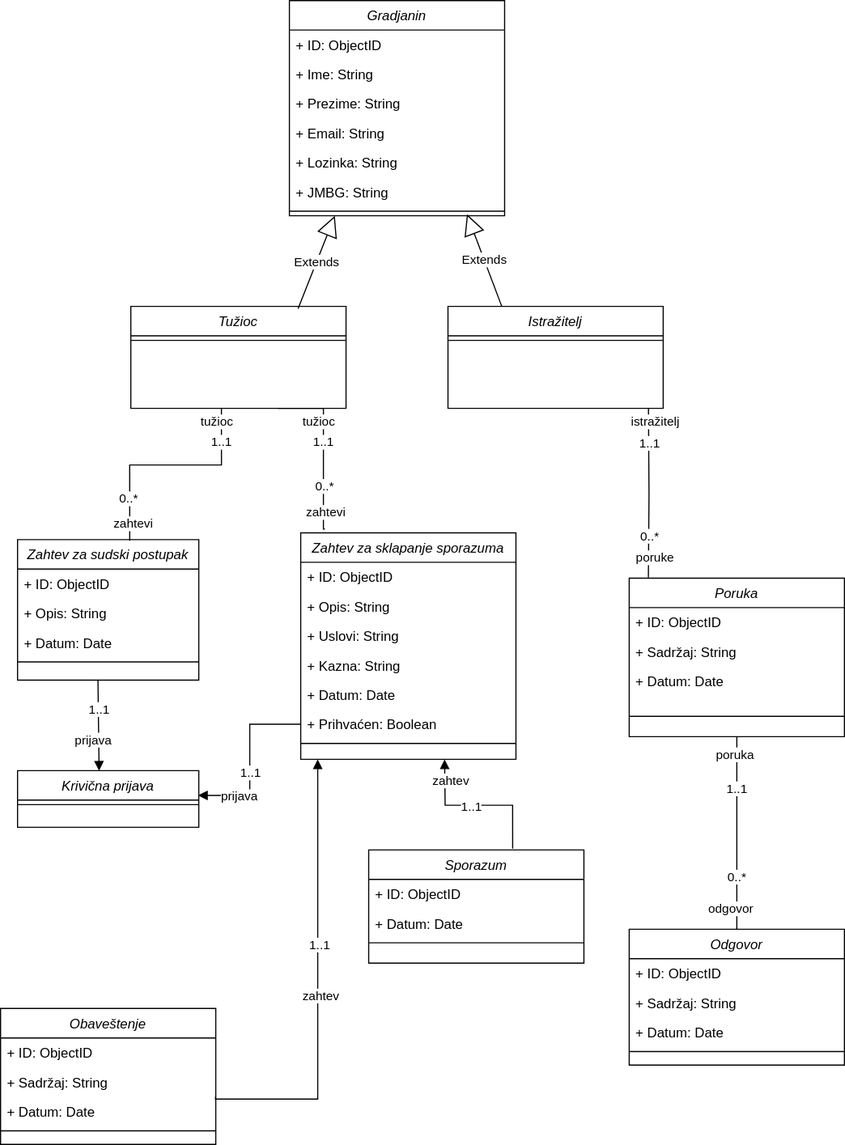
Before: kt1/Tuzilastvo-class.svg, a diagram exported from draw.io (markoceran/eUprava). Source tidied: cells renumbered, new cells last; positions are measured from the earlier drawing's top-left corner, leaving out a move shared by most shapes.
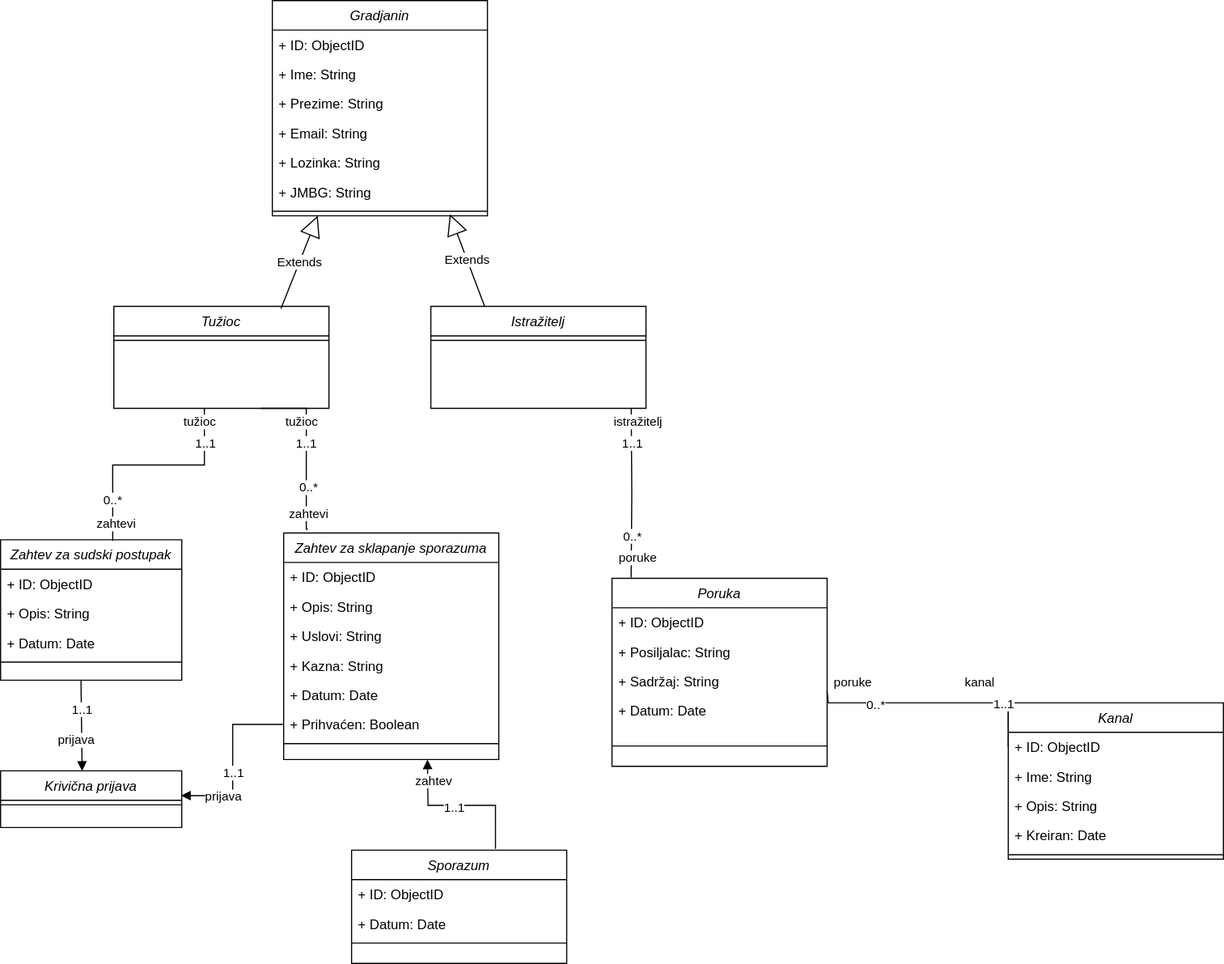
The same file after the commit.

Commit message:
dijagrami tuzilastvo izmena

What changed in the source:
```diff
@@ -54,34 +54,40 @@
       <mxGeometry y="78" width="190" height="8" as="geometry" />
     </mxCell>
     <mxCell id="19" value="Poruka" style="swimlane;fontStyle=2;align=center;verticalAlign=top;horizontal=1;startSize=26;rounded=0;shadow=0;strokeWidth=1;" parent="1" vertex="1">
-      <mxGeometry x="555" y="510" width="190" height="140" as="geometry" />
+      <mxGeometry x="555" y="510" width="190" height="166" as="geometry" />
     </mxCell>
     <mxCell id="20" value="+ ID: ObjectID" style="text;align=left;verticalAlign=top;spacingLeft=4;spacingRight=4;overflow=hidden;" parent="19" vertex="1">
       <mxGeometry y="26" width="190" height="26" as="geometry" />
     </mxCell>
+    <mxCell id="79" value="+ Posiljalac: String" style="text;align=left;verticalAlign=top;spacingLeft=4;spacingRight=4;overflow=hidden;" parent="19" vertex="1">
+      <mxGeometry y="52" width="190" height="26" as="geometry" />
+    </mxCell>
     <mxCell id="21" value="+ Sadržaj: String" style="text;align=left;verticalAlign=top;spacingLeft=4;spacingRight=4;overflow=hidden;" parent="19" vertex="1">
-      <mxGeometry y="52" width="190" height="26" as="geometry" />
+      <mxGeometry y="78" width="190" height="26" as="geometry" />
     </mxCell>
     <mxCell id="22" value="+ Datum: Date" style="text;align=left;verticalAlign=top;spacingLeft=4;spacingRight=4;overflow=hidden;rounded=0;shadow=0;html=0;" parent="19" vertex="1">
-      <mxGeometry y="78" width="190" height="26" as="geometry" />
+      <mxGeometry y="104" width="190" height="26" as="geometry" />
     </mxCell>
     <mxCell id="23" style="line;html=1;strokeWidth=1;align=left;verticalAlign=middle;spacingTop=-1;spacingLeft=3;spacingRight=3;labelPosition=right;" parent="19" vertex="1">
-      <mxGeometry y="104" width="190" height="36" as="geometry" />
+      <mxGeometry y="130" width="190" height="36" as="geometry" />
     </mxCell>
-    <mxCell id="24" value="Obaveštenje" style="swimlane;fontStyle=2;align=center;verticalAlign=top;horizontal=1;startSize=26;rounded=0;shadow=0;strokeWidth=1;" parent="1" vertex="1">
-      <mxGeometry y="890" width="190" height="120" as="geometry" />
+    <mxCell id="24" value="Kanal" style="swimlane;fontStyle=2;align=center;verticalAlign=top;horizontal=1;startSize=26;rounded=0;shadow=0;strokeWidth=1;" parent="1" vertex="1">
+      <mxGeometry x="905" y="620" width="190" height="138" as="geometry" />
     </mxCell>
     <mxCell id="25" value="+ ID: ObjectID" style="text;align=left;verticalAlign=top;spacingLeft=4;spacingRight=4;overflow=hidden;points=[[0,0.5],[1,0.5]];portConstraint=eastwest;" parent="24" vertex="1">
       <mxGeometry y="26" width="190" height="26" as="geometry" />
     </mxCell>
-    <mxCell id="26" value="+ Sadržaj: String" style="text;align=left;verticalAlign=top;spacingLeft=4;spacingRight=4;overflow=hidden;" parent="24" vertex="1">
+    <mxCell id="26" value="+ Ime: String" style="text;align=left;verticalAlign=top;spacingLeft=4;spacingRight=4;overflow=hidden;" parent="24" vertex="1">
       <mxGeometry y="52" width="190" height="26" as="geometry" />
     </mxCell>
+    <mxCell id="80" value="+ Opis: String" style="text;align=left;verticalAlign=top;spacingLeft=4;spacingRight=4;overflow=hidden;" parent="24" vertex="1">
+      <mxGeometry y="78" width="190" height="26" as="geometry" />
+    </mxCell>
-    <mxCell id="27" value="+ Datum: Date" style="text;align=left;verticalAlign=top;spacingLeft=4;spacingRight=4;overflow=hidden;points=[[0,0.5],[1,0.5]];portConstraint=eastwest;rounded=0;shadow=0;html=0;" parent="24" vertex="1">
-      <mxGeometry y="78" width="190" height="26" as="geometry" />
+    <mxCell id="27" value="+ Kreiran: Date" style="text;align=left;verticalAlign=top;spacingLeft=4;spacingRight=4;overflow=hidden;points=[[0,0.5],[1,0.5]];portConstraint=eastwest;rounded=0;shadow=0;html=0;" parent="24" vertex="1">
+      <mxGeometry y="104" width="190" height="26" as="geometry" />
     </mxCell>
     <mxCell id="28" style="line;html=1;strokeWidth=1;align=left;verticalAlign=middle;spacingTop=-1;spacingLeft=3;spacingRight=3;labelPosition=right;" parent="24" vertex="1">
-      <mxGeometry y="104" width="190" height="8" as="geometry" />
+      <mxGeometry y="130" width="190" height="8" as="geometry" />
     </mxCell>
     <mxCell id="29" value="Tužioc" style="swimlane;fontStyle=2;align=center;verticalAlign=top;horizontal=1;startSize=26;rounded=0;shadow=0;strokeWidth=1;" parent="1" vertex="1">
       <mxGeometry x="115" y="270" width="190" height="90" as="geometry" />
@@ -219,44 +225,6 @@
     <mxCell id="60" value="1..1" style="edgeLabel;html=1;align=center;verticalAlign=middle;" parent="56" vertex="1">
       <mxGeometry x="-0.58" relative="1" as="geometry" />
     </mxCell>
-    <mxCell id="61" value="Odgovor" style="swimlane;fontStyle=2;align=center;verticalAlign=top;horizontal=1;startSize=26;rounded=0;shadow=0;strokeWidth=1;" parent="1" vertex="1">
-      <mxGeometry x="555" y="820" width="190" height="120" as="geometry" />
-    </mxCell>
-    <mxCell id="62" value="+ ID: ObjectID" style="text;align=left;verticalAlign=top;spacingLeft=4;spacingRight=4;overflow=hidden;" parent="61" vertex="1">
-      <mxGeometry y="26" width="190" height="26" as="geometry" />
-    </mxCell>
-    <mxCell id="63" value="+ Sadržaj: String" style="text;align=left;verticalAlign=top;spacingLeft=4;spacingRight=4;overflow=hidden;" parent="61" vertex="1">
-      <mxGeometry y="52" width="190" height="26" as="geometry" />
-    </mxCell>
-    <mxCell id="64" value="+ Datum: Date" style="text;align=left;verticalAlign=top;spacingLeft=4;spacingRight=4;overflow=hidden;rounded=0;shadow=0;html=0;" parent="61" vertex="1">
-      <mxGeometry y="78" width="190" height="26" as="geometry" />
-    </mxCell>
-    <mxCell id="65" style="line;html=1;strokeWidth=1;align=left;verticalAlign=middle;spacingTop=-1;spacingLeft=3;spacingRight=3;labelPosition=right;" parent="61" vertex="1">
-      <mxGeometry y="104" width="190" height="8" as="geometry" />
-    </mxCell>
-    <mxCell id="66" style="endArrow=none;html=1;edgeStyle=orthogonalEdgeStyle;rounded=0;exitX=0.5;exitY=1;exitDx=0;exitDy=0;entryX=0.5;entryY=0;entryDx=0;entryDy=0;" parent="1" edge="1" source="19" target="61">
-      <mxGeometry relative="1" as="geometry" />
-    </mxCell>
-    <mxCell id="67" value="poruka" style="edgeLabel;html=1;align=left;verticalAlign=bottom;" parent="66" vertex="1">
-      <mxGeometry x="-1" relative="1" as="geometry">
-        <mxPoint x="-20" y="24" as="offset" />
-      </mxGeometry>
-    </mxCell>
-    <mxCell id="68" value="odgovor" style="edgeLabel;html=1;align=right;verticalAlign=bottom;" parent="66" vertex="1">
-      <mxGeometry x="1" relative="1" as="geometry">
-        <mxPoint x="15" y="-10" as="offset" />
-      </mxGeometry>
-    </mxCell>
-    <mxCell id="69" value="0..*" style="edgeLabel;html=1;align=center;verticalAlign=middle;" parent="66" vertex="1">
-      <mxGeometry x="0.46" y="-4" relative="1" as="geometry">
-        <mxPoint x="4" as="offset" />
-      </mxGeometry>
-    </mxCell>
-    <mxCell id="70" value="1..1" style="edgeLabel;html=1;align=center;verticalAlign=middle;" parent="66" vertex="1">
-      <mxGeometry x="-0.56" relative="1" as="geometry">
-        <mxPoint y="8" as="offset" />
-      </mxGeometry>
-    </mxCell>
     <mxCell id="71" value="Krivična prijava" style="swimlane;fontStyle=2;align=center;verticalAlign=top;horizontal=1;startSize=26;rounded=0;shadow=0;strokeWidth=1;" parent="1" vertex="1">
       <mxGeometry x="15" y="680" width="160" height="50" as="geometry" />
     </mxCell>
@@ -284,19 +252,30 @@
         <mxPoint x="-55" y="51" as="offset" />
       </mxGeometry>
     </mxCell>
-    <mxCell id="77" value="zahtev" style="endArrow=block;endFill=1;html=1;edgeStyle=orthogonalEdgeStyle;align=left;verticalAlign=top;rounded=0;exitX=0.999;exitY=-0.004;exitDx=0;exitDy=0;exitPerimeter=0;" parent="1" edge="1" source="27">
-      <mxGeometry y="15" relative="1" as="geometry">
-        <mxPoint x="280" y="670" as="targetPoint" />
-        <Array as="points">
-          <mxPoint x="190" y="970" />
-          <mxPoint x="280" y="970" />
-        </Array>
-      </mxGeometry>
-    </mxCell>
-    <mxCell id="78" value="1..1" style="edgeLabel;html=1;align=left;verticalAlign=bottom;" parent="77" vertex="1">
-      <mxGeometry x="-1" relative="1" as="geometry">
-        <mxPoint x="81" y="-126" as="offset" />
-      </mxGeometry>
-    </mxCell>
+    <mxCell id="81" style="endArrow=none;html=1;edgeStyle=orthogonalEdgeStyle;rounded=0;exitX=0;exitY=0.5;exitDx=0;exitDy=0;" parent="1" edge="1" source="25">
+      <mxGeometry relative="1" as="geometry">
+        <mxPoint x="745" y="610" as="targetPoint" />
+        <Array as="points">
+          <mxPoint x="905" y="620" />
+          <mxPoint x="746" y="620" />
+        </Array>
+      </mxGeometry>
+    </mxCell>
+    <mxCell id="82" value="kanal" style="edgeLabel;html=1;align=left;verticalAlign=bottom;" parent="81" vertex="1">
+      <mxGeometry x="-1" relative="1" as="geometry">
+        <mxPoint x="-40" y="-49" as="offset" />
+      </mxGeometry>
+    </mxCell>
+    <mxCell id="83" value="poruke" style="edgeLabel;html=1;align=right;verticalAlign=bottom;" parent="81" vertex="1">
+      <mxGeometry x="1" relative="1" as="geometry">
+        <mxPoint x="40" as="offset" />
+      </mxGeometry>
+    </mxCell>
+    <mxCell id="69" value="0..*" style="edgeLabel;html=1;align=center;verticalAlign=middle;" parent="81" vertex="1">
+      <mxGeometry x="0.51" y="1" relative="1" as="geometry" />
+    </mxCell>
+    <mxCell id="70" value="1..1" style="edgeLabel;html=1;align=center;verticalAlign=middle;" parent="81" vertex="1">
+      <mxGeometry x="-0.58" relative="1" as="geometry" />
+    </mxCell>
   </root>
 </mxGraphModel>
```
